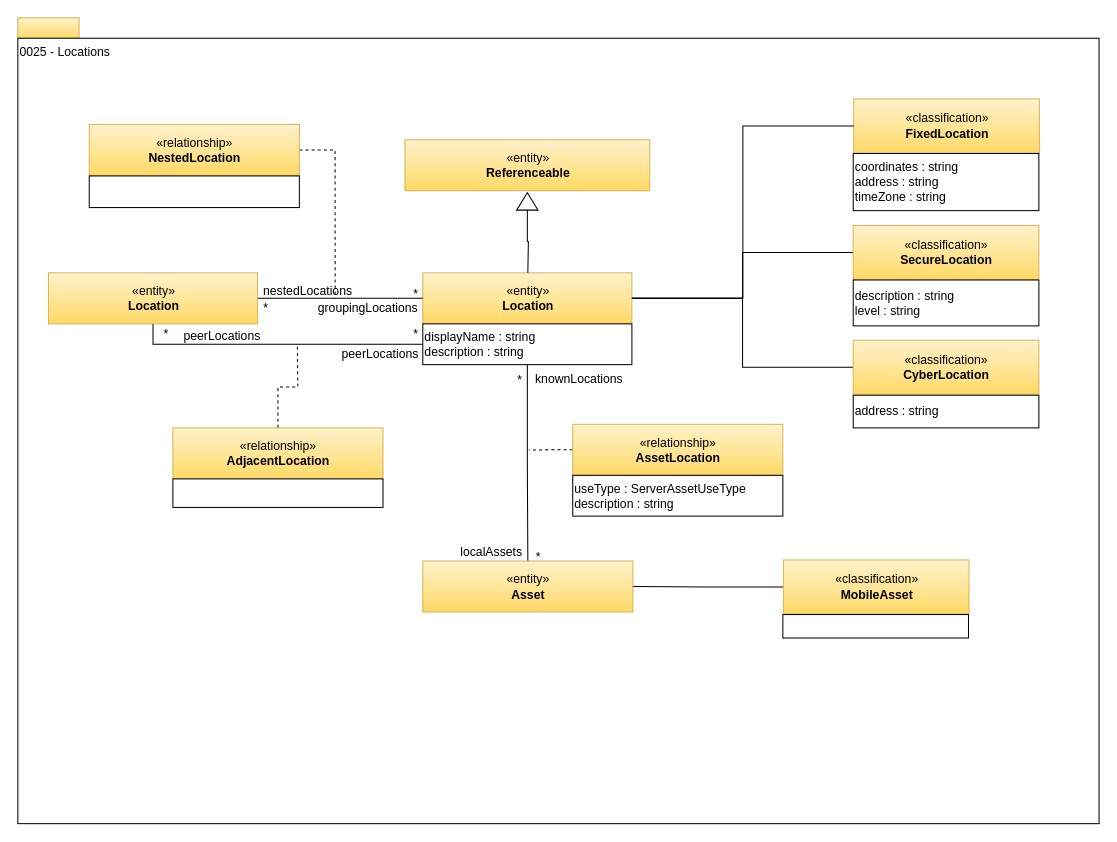
Above: page "0025-Locations" (9 of 21) of open-metadata-publication/website/open-metadata-types/area-0-basic-types-and-infrastructure.drawio in odpi/egeria (draw.io), before the change. Source tidied: cells renumbered, new cells numbered last; positions are measured from the earlier drawing's top-left corner, leaving out a move shared by most shapes. Both pictures are drawn from the tidied source at 102%, with x=0, y=0 at pixel (17, 17).
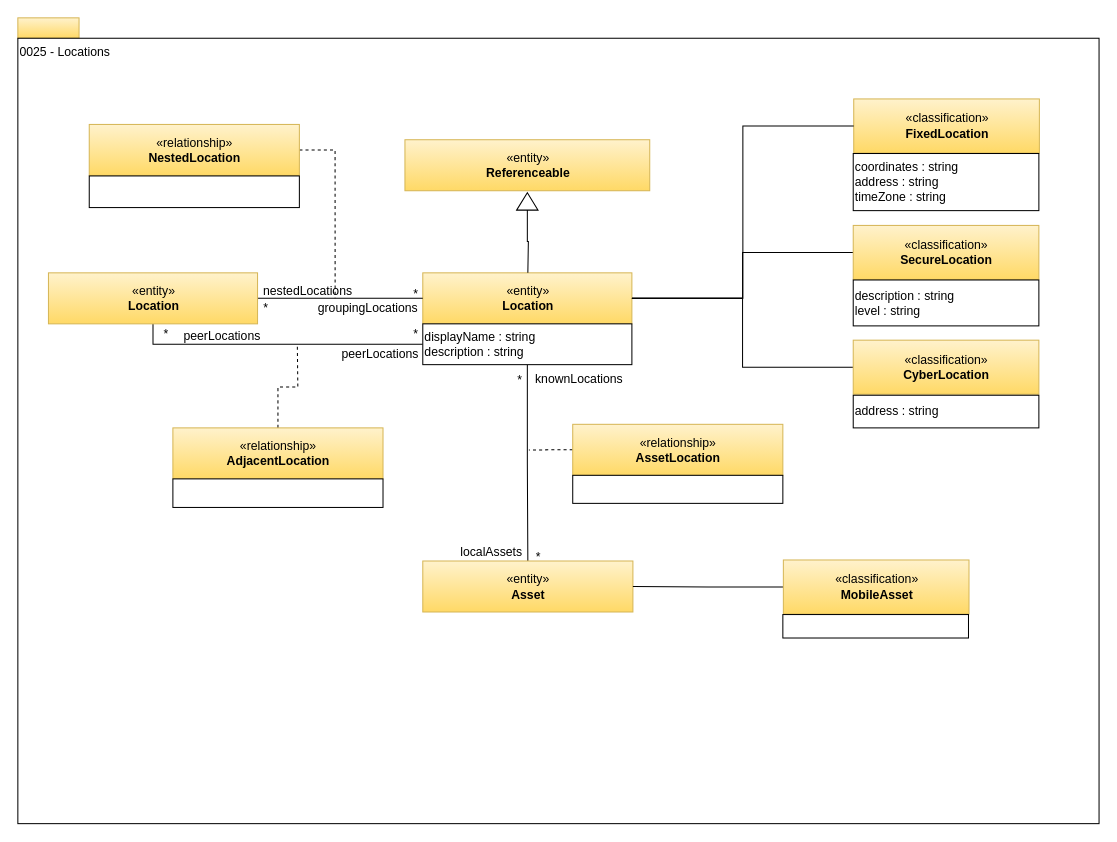
Above is the later version.

Change to the diagram source:
```diff
@@
-    <mxCell id="9" value="useType : ServerAssetUseType&lt;br&gt;description : string&lt;br&gt;" style="rounded=0;whiteSpace=wrap;html=1;strokeColor=#000000;gradientColor=#ffffff;align=left;" parent="1" vertex="1">
-      <mxGeometry x="544" y="448.5" width="206" height="40" as="geometry" />
+    <mxCell id="9" style="rounded=0;whiteSpace=wrap;html=1;strokeColor=#000000;gradientColor=#ffffff;align=left;" parent="1" vertex="1">
+      <mxGeometry x="544" y="448.5" width="206" height="27.5" as="geometry" />
     </mxCell>
```
